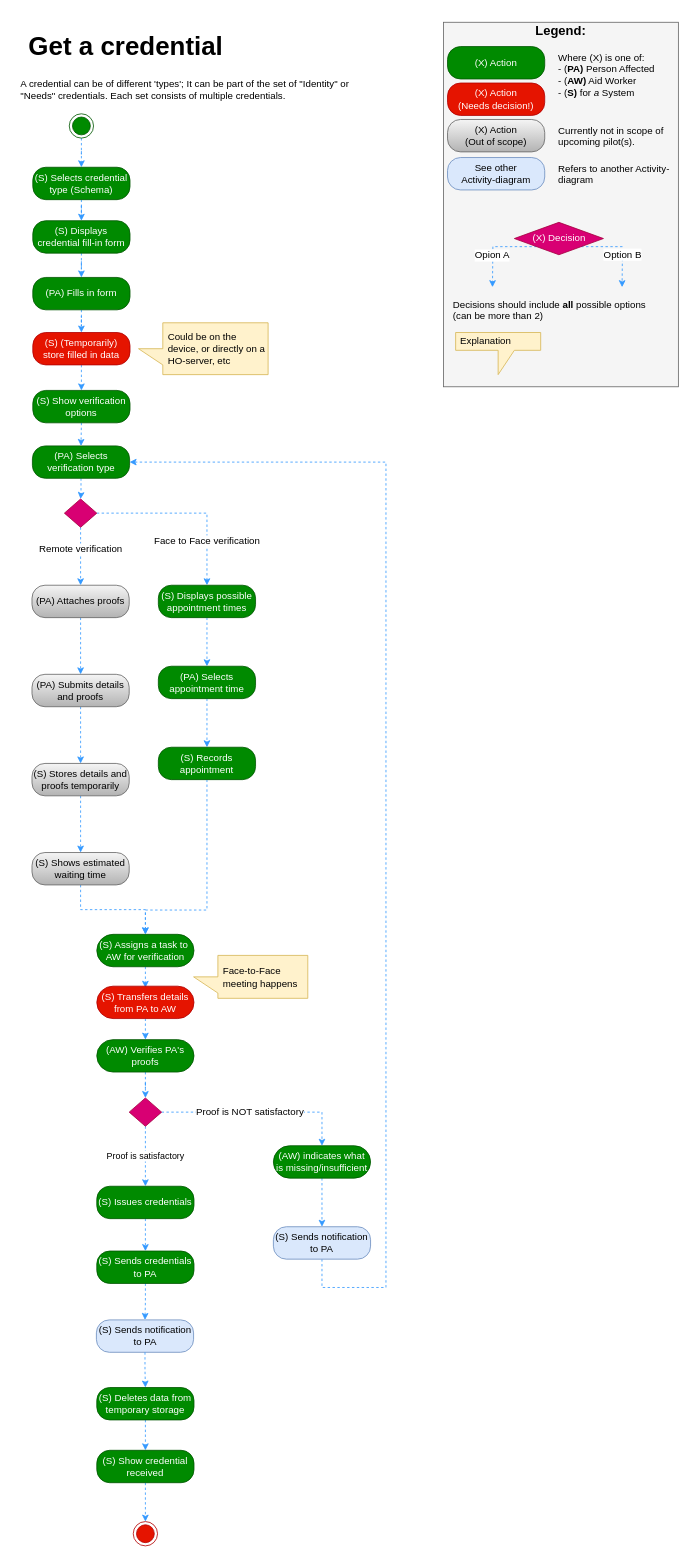
The draw.io diagram Activity Diagrams/Get a credential activity.drawio in nsward/diagrams, before the edit. Source tidied: cells renumbered, new cells numbered last; positions are measured from the earlier drawing's top-left corner, leaving out a move shared by most shapes. Both pictures are drawn from the tidied source at 81%, with x=0, y=0 at pixel (14, 14).
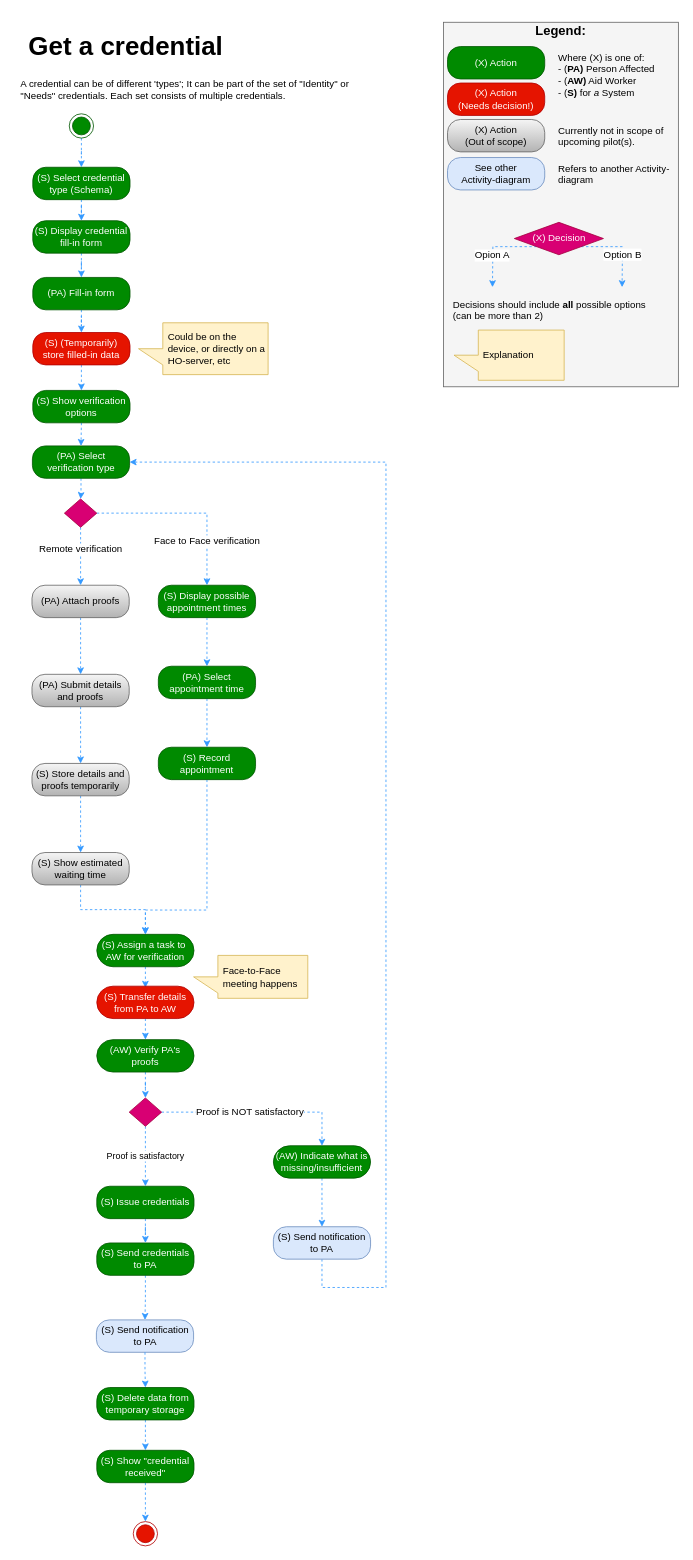
After the change.

Commit message:
AB#148 : Update "Publish a program" activity

What changed in the source:
```diff
@@
-    <mxCell id="6" value="(S) Selects credential type (Schema)&lt;br&gt;" style="rounded=1;whiteSpace=wrap;html=1;arcSize=40;fillColor=#008a00;strokeColor=#005700;fontColor=#ffffff;" parent="1" vertex="1">
+    <mxCell id="6" value="(S) Select credential type (Schema)&lt;br&gt;" style="rounded=1;whiteSpace=wrap;html=1;arcSize=40;fillColor=#008a00;strokeColor=#005700;fontColor=#ffffff;" parent="1" vertex="1">
       <mxGeometry x="23" y="189" width="120" height="40" as="geometry" />
     </mxCell>
-    <mxCell id="7" value="(S) Sends notification to PA&lt;br&gt;" style="rounded=1;whiteSpace=wrap;html=1;arcSize=40;fillColor=#dae8fc;strokeColor=#6c8ebf;" parent="1" vertex="1">
+    <mxCell id="7" value="(S) Send notification to PA&lt;br&gt;" style="rounded=1;whiteSpace=wrap;html=1;arcSize=40;fillColor=#dae8fc;strokeColor=#6c8ebf;" parent="1" vertex="1">
       <mxGeometry x="101.5" y="1612" width="120" height="40" as="geometry" />
     </mxCell>
@@
-    <mxCell id="9" value="(S) Displays credential fill-in form" style="rounded=1;whiteSpace=wrap;html=1;arcSize=40;fillColor=#008a00;strokeColor=#005700;fontColor=#ffffff;" parent="1" vertex="1">
+    <mxCell id="9" value="(S) Display credential fill-in form" style="rounded=1;whiteSpace=wrap;html=1;arcSize=40;fillColor=#008a00;strokeColor=#005700;fontColor=#ffffff;" parent="1" vertex="1">
       <mxGeometry x="23" y="255" width="120" height="40" as="geometry" />
     </mxCell>
@@
-    <mxCell id="11" value="(PA) Fills in form" style="rounded=1;whiteSpace=wrap;html=1;arcSize=40;fillColor=#008a00;strokeColor=#005700;fontColor=#ffffff;" parent="1" vertex="1">
+    <mxCell id="11" value="(PA) Fill-in form" style="rounded=1;whiteSpace=wrap;html=1;arcSize=40;fillColor=#008a00;strokeColor=#005700;fontColor=#ffffff;" parent="1" vertex="1">
       <mxGeometry x="23" y="325" width="120" height="40" as="geometry" />
     </mxCell>
@@
-    <mxCell id="13" value="(PA) Attaches proofs" style="rounded=1;whiteSpace=wrap;html=1;arcSize=40;fillColor=#f5f5f5;strokeColor=#666666;gradientColor=#b3b3b3;" parent="1" vertex="1">
+    <mxCell id="13" value="(PA) Attach proofs" style="rounded=1;whiteSpace=wrap;html=1;arcSize=40;fillColor=#f5f5f5;strokeColor=#666666;gradientColor=#b3b3b3;" parent="1" vertex="1">
       <mxGeometry x="22" y="705" width="120" height="40" as="geometry" />
     </mxCell>
@@
-    <mxCell id="15" value="(PA) Submits details and proofs" style="rounded=1;whiteSpace=wrap;html=1;arcSize=40;fillColor=#f5f5f5;strokeColor=#666666;gradientColor=#b3b3b3;" parent="1" vertex="1">
+    <mxCell id="15" value="(PA) Submit details and proofs" style="rounded=1;whiteSpace=wrap;html=1;arcSize=40;fillColor=#f5f5f5;strokeColor=#666666;gradientColor=#b3b3b3;" parent="1" vertex="1">
       <mxGeometry x="22" y="815" width="120" height="40" as="geometry" />
     </mxCell>
@@
-    <mxCell id="17" value="(S) Stores details and proofs temporarily" style="rounded=1;whiteSpace=wrap;html=1;arcSize=40;fillColor=#f5f5f5;strokeColor=#666666;gradientColor=#b3b3b3;" parent="1" vertex="1">
+    <mxCell id="17" value="(S) Store details and proofs temporarily" style="rounded=1;whiteSpace=wrap;html=1;arcSize=40;fillColor=#f5f5f5;strokeColor=#666666;gradientColor=#b3b3b3;" parent="1" vertex="1">
       <mxGeometry x="22" y="925" width="120" height="40" as="geometry" />
     </mxCell>
@@
-    <mxCell id="19" value="(S) Shows estimated waiting time" style="rounded=1;whiteSpace=wrap;html=1;arcSize=40;fillColor=#f5f5f5;strokeColor=#666666;gradientColor=#b3b3b3;" parent="1" vertex="1">
+    <mxCell id="19" value="(S) Show estimated waiting time" style="rounded=1;whiteSpace=wrap;html=1;arcSize=40;fillColor=#f5f5f5;strokeColor=#666666;gradientColor=#b3b3b3;" parent="1" vertex="1">
       <mxGeometry x="22" y="1035" width="120" height="40" as="geometry" />
     </mxCell>
@@
-    <mxCell id="21" value="(S) Assigns a task to&amp;nbsp; AW for verification" style="rounded=1;whiteSpace=wrap;html=1;arcSize=50;fillColor=#008a00;strokeColor=#005700;fontColor=#ffffff;" parent="1" vertex="1">
+    <mxCell id="21" value="(S) Assign a task to&amp;nbsp; AW for verification" style="rounded=1;whiteSpace=wrap;html=1;arcSize=50;fillColor=#008a00;strokeColor=#005700;fontColor=#ffffff;" parent="1" vertex="1">
       <mxGeometry x="102" y="1136" width="120" height="40" as="geometry" />
     </mxCell>
@@
-    <mxCell id="23" value="(AW) Verifies PA's proofs" style="rounded=1;whiteSpace=wrap;html=1;arcSize=50;fillColor=#008a00;strokeColor=#005700;fontColor=#ffffff;" parent="1" vertex="1">
+    <mxCell id="23" value="(AW) Verify PA's proofs" style="rounded=1;whiteSpace=wrap;html=1;arcSize=50;fillColor=#008a00;strokeColor=#005700;fontColor=#ffffff;" parent="1" vertex="1">
       <mxGeometry x="102" y="1266" width="120" height="40" as="geometry" />
     </mxCell>
@@
-    <mxCell id="30" value="(S) Displays possible appointment times" style="rounded=1;whiteSpace=wrap;html=1;arcSize=40;fillColor=#008a00;strokeColor=#005700;fontColor=#ffffff;" parent="1" vertex="1">
+    <mxCell id="30" value="(S) Display possible appointment times" style="rounded=1;whiteSpace=wrap;html=1;arcSize=40;fillColor=#008a00;strokeColor=#005700;fontColor=#ffffff;" parent="1" vertex="1">
       <mxGeometry x="178" y="705" width="120" height="40" as="geometry" />
     </mxCell>
@@
-    <mxCell id="32" value="(PA) Selects appointment time" style="rounded=1;whiteSpace=wrap;html=1;arcSize=40;fillColor=#008a00;strokeColor=#005700;fontColor=#ffffff;" parent="1" vertex="1">
+    <mxCell id="32" value="(PA) Select appointment time" style="rounded=1;whiteSpace=wrap;html=1;arcSize=40;fillColor=#008a00;strokeColor=#005700;fontColor=#ffffff;" parent="1" vertex="1">
       <mxGeometry x="178" y="805" width="120" height="40" as="geometry" />
     </mxCell>
@@
-    <mxCell id="34" value="(S) Records appointment" style="rounded=1;whiteSpace=wrap;html=1;arcSize=40;fillColor=#008a00;strokeColor=#005700;fontColor=#ffffff;" parent="1" vertex="1">
+    <mxCell id="34" value="(S) Record appointment" style="rounded=1;whiteSpace=wrap;html=1;arcSize=40;fillColor=#008a00;strokeColor=#005700;fontColor=#ffffff;" parent="1" vertex="1">
       <mxGeometry x="178" y="905" width="120" height="40" as="geometry" />
     </mxCell>
@@
-    <mxCell id="36" value="(PA) Selects verification type" style="rounded=1;whiteSpace=wrap;html=1;arcSize=40;fillColor=#008a00;strokeColor=#005700;fontColor=#ffffff;" parent="1" vertex="1">
+    <mxCell id="36" value="(PA) Select verification type" style="rounded=1;whiteSpace=wrap;html=1;arcSize=40;fillColor=#008a00;strokeColor=#005700;fontColor=#ffffff;" parent="1" vertex="1">
       <mxGeometry x="22.5" y="533" width="120" height="40" as="geometry" />
     </mxCell>
@@
-    <mxCell id="42" value="(AW) indicates what is missing/insufficient" style="rounded=1;whiteSpace=wrap;html=1;arcSize=50;fillColor=#008a00;strokeColor=#005700;fontColor=#ffffff;" parent="1" vertex="1">
+    <mxCell id="42" value="(AW) Indicate what is missing/insufficient" style="rounded=1;whiteSpace=wrap;html=1;arcSize=50;fillColor=#008a00;strokeColor=#005700;fontColor=#ffffff;" parent="1" vertex="1">
       <mxGeometry x="320" y="1397" width="120" height="40" as="geometry" />
     </mxCell>
@@
-    <mxCell id="44" value="(S) Sends notification to PA" style="rounded=1;whiteSpace=wrap;html=1;arcSize=40;fillColor=#dae8fc;strokeColor=#6c8ebf;" parent="1" vertex="1">
+    <mxCell id="44" value="(S) Send notification to PA" style="rounded=1;whiteSpace=wrap;html=1;arcSize=40;fillColor=#dae8fc;strokeColor=#6c8ebf;" parent="1" vertex="1">
       <mxGeometry x="320" y="1497" width="120" height="40" as="geometry" />
     </mxCell>
@@
-    <mxCell id="46" value="(S) Issues credentials&lt;br&gt;" style="rounded=1;whiteSpace=wrap;html=1;arcSize=40;fillColor=#008a00;strokeColor=#005700;fontColor=#ffffff;" parent="1" vertex="1">
+    <mxCell id="46" value="(S) Issue credentials&lt;br&gt;" style="rounded=1;whiteSpace=wrap;html=1;arcSize=40;fillColor=#008a00;strokeColor=#005700;fontColor=#ffffff;" parent="1" vertex="1">
       <mxGeometry x="102" y="1447" width="120" height="40" as="geometry" />
     </mxCell>
@@
-    <mxCell id="48" value="(S) Sends credentials to PA&lt;br&gt;" style="rounded=1;whiteSpace=wrap;html=1;arcSize=40;fillColor=#008a00;strokeColor=#005700;fontColor=#ffffff;" parent="1" vertex="1">
-      <mxGeometry x="102" y="1527" width="120" height="40" as="geometry" />
+    <mxCell id="48" value="(S) Send credentials to PA&lt;br&gt;" style="rounded=1;whiteSpace=wrap;html=1;arcSize=40;fillColor=#008a00;strokeColor=#005700;fontColor=#ffffff;" parent="1" vertex="1">
+      <mxGeometry x="102" y="1517" width="120" height="40" as="geometry" />
     </mxCell>
@@
-    <mxCell id="50" value="(S) Deletes data from temporary storage&lt;br&gt;" style="rounded=1;whiteSpace=wrap;html=1;arcSize=40;fillColor=#008a00;strokeColor=#005700;fontColor=#ffffff;" parent="1" vertex="1">
+    <mxCell id="50" value="(S) Delete data from temporary storage&lt;br&gt;" style="rounded=1;whiteSpace=wrap;html=1;arcSize=40;fillColor=#008a00;strokeColor=#005700;fontColor=#ffffff;" parent="1" vertex="1">
       <mxGeometry x="102" y="1695.5" width="120" height="40" as="geometry" />
     </mxCell>
@@
-    <mxCell id="66" value="&lt;p&gt;Explanation&lt;/p&gt;" style="shape=callout;whiteSpace=wrap;html=1;perimeter=calloutPerimeter;fillColor=#fff2cc;fontSize=12;align=left;strokeColor=#d6b656;spacingLeft=4;" parent="1" vertex="1">
-      <mxGeometry x="545" y="393" width="105" height="52" as="geometry" />
+    <mxCell id="66" value="&lt;p&gt;Explanation&lt;/p&gt;" style="shape=callout;whiteSpace=wrap;html=1;perimeter=calloutPerimeter;fillColor=#fff2cc;fontSize=12;align=left;strokeColor=#d6b656;spacingLeft=4;direction=south;" parent="1" vertex="1">
+      <mxGeometry x="543" y="390" width="136" height="62" as="geometry" />
     </mxCell>
@@
-    <mxCell id="71" value="(S) (Temporarily) store filled in data" style="rounded=1;whiteSpace=wrap;html=1;arcSize=40;fillColor=#e51400;strokeColor=#B20000;fontColor=#ffffff;" parent="1" vertex="1">
+    <mxCell id="71" value="(S) (Temporarily) store filled-in data" style="rounded=1;whiteSpace=wrap;html=1;arcSize=40;fillColor=#e51400;strokeColor=#B20000;fontColor=#ffffff;" parent="1" vertex="1">
       <mxGeometry x="23" y="393" width="120" height="40" as="geometry" />
     </mxCell>
@@
-    <mxCell id="76" value="(S) Transfers details from PA to AW" style="rounded=1;whiteSpace=wrap;html=1;arcSize=50;fillColor=#e51400;strokeColor=#B20000;fontColor=#ffffff;" parent="1" vertex="1">
+    <mxCell id="76" value="(S) Transfer details from PA to AW" style="rounded=1;whiteSpace=wrap;html=1;arcSize=50;fillColor=#e51400;strokeColor=#B20000;fontColor=#ffffff;" parent="1" vertex="1">
       <mxGeometry x="102" y="1200" width="120" height="40" as="geometry" />
     </mxCell>
@@
-    <mxCell id="79" value="(S) Show credential received&lt;br&gt;" style="rounded=1;whiteSpace=wrap;html=1;arcSize=40;fillColor=#008a00;strokeColor=#005700;fontColor=#ffffff;" parent="1" vertex="1">
+    <mxCell id="79" value="(S) Show &quot;credential received&quot;&lt;br&gt;" style="rounded=1;whiteSpace=wrap;html=1;arcSize=40;fillColor=#008a00;strokeColor=#005700;fontColor=#ffffff;" parent="1" vertex="1">
       <mxGeometry x="102" y="1773" width="120" height="40" as="geometry" />
     </mxCell>
```
